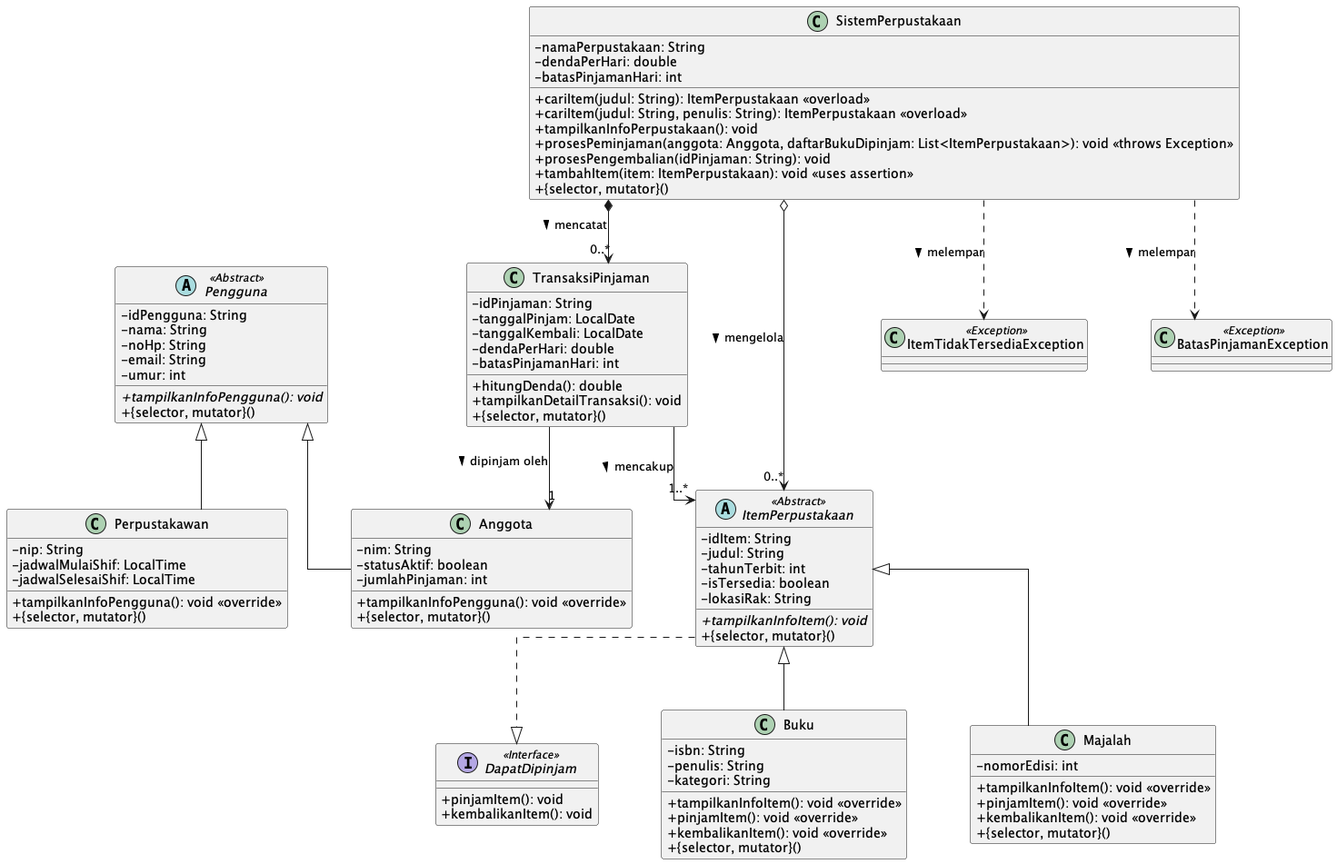
The PlantUML diagram out/Diagram3/Diagram3.png in Yuseonr/PBO-SistemPerpustakaan, before a commit.
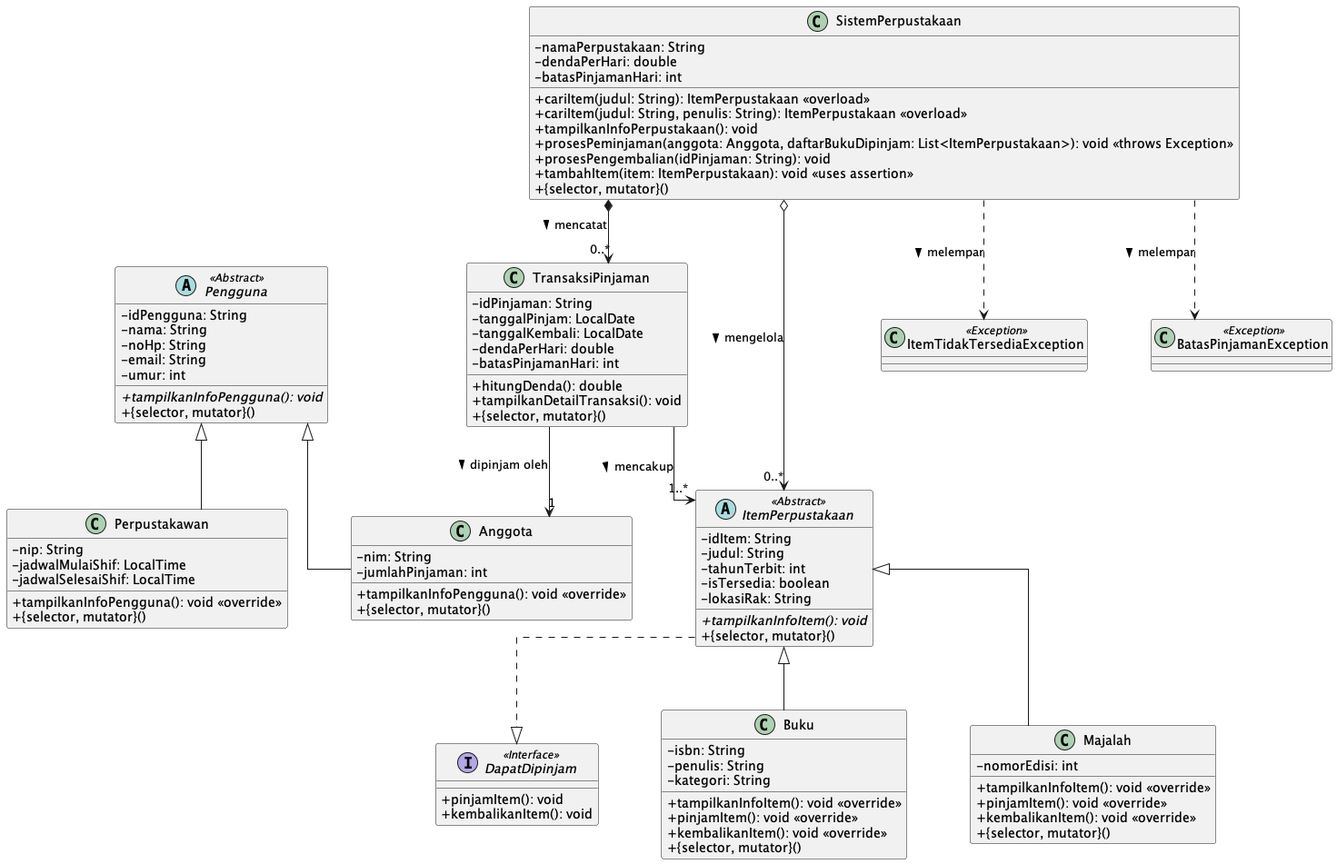
After the commit.

Commit message:
hapus statusAktif

What changed in the source:
```diff
@@ -49,7 +49,6 @@
 
 class Anggota {
     - nim: String
-    - statusAktif: boolean
     - jumlahPinjaman: int
     + tampilkanInfoPengguna(): void <<override>>
     + {selector, mutator}()
```
